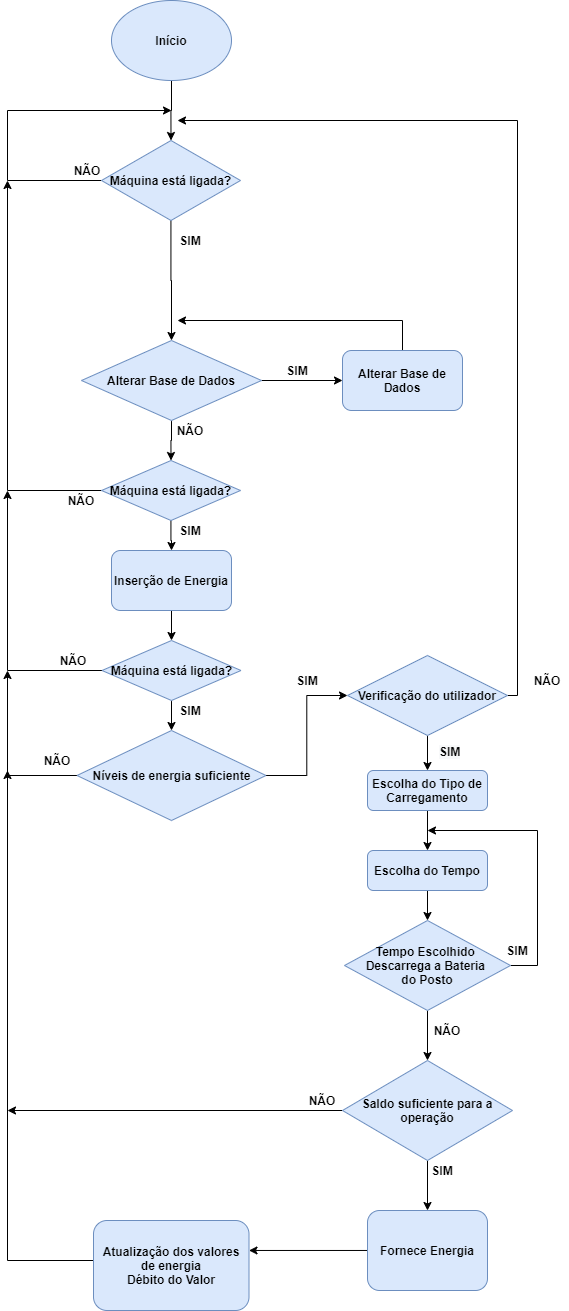
ProgRub/Proj2AC keeps this draw.io diagram as flux_geral.png. Above is the earlier version. Source tidied: cells renumbered, new cells last; positions are measured from the earlier drawing's top-left corner, leaving out a move shared by most shapes.
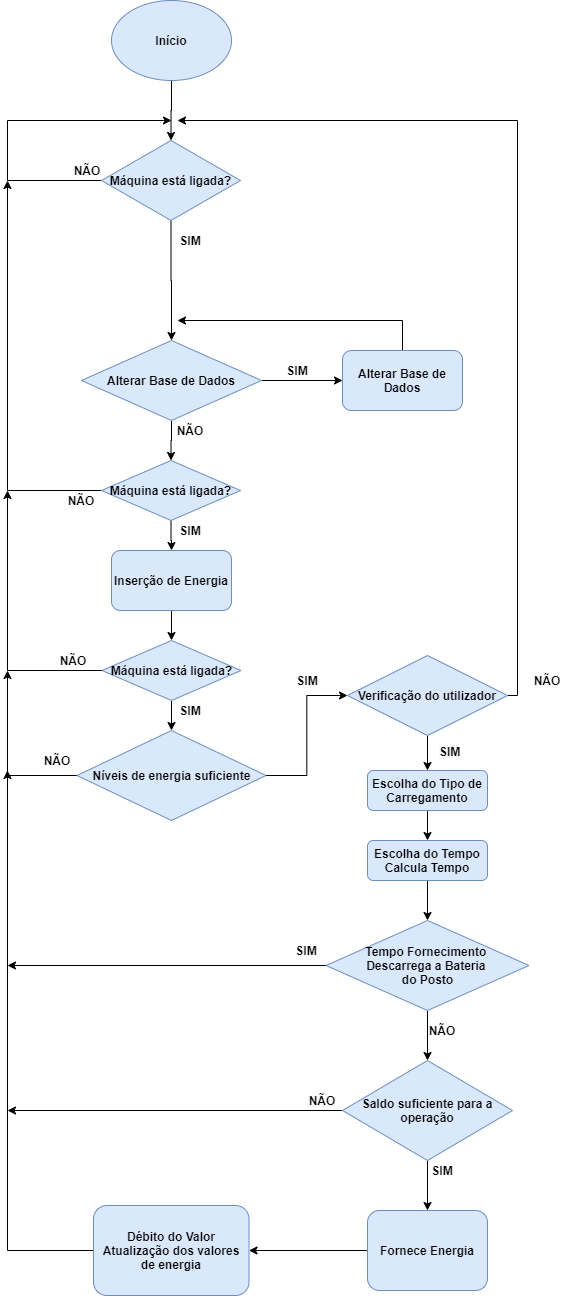
Above is the later version.

Diff of the diagram source:
```diff
@@ -39,7 +39,7 @@
     <mxCell id="12" value="&lt;b&gt;Saldo suficiente para a operação&lt;/b&gt;" style="rhombus;whiteSpace=wrap;html=1;fillColor=#dae8fc;strokeColor=#6c8ebf;" parent="1" vertex="1">
       <mxGeometry x="375" y="1060" width="170" height="100" as="geometry" />
     </mxCell>
-    <mxCell id="13" style="edgeStyle=orthogonalEdgeStyle;rounded=0;jettySize=auto;html=1;entryX=1;entryY=0.333;entryDx=0;entryDy=0;entryPerimeter=0;" parent="1" edge="1" source="14" target="19">
+    <mxCell id="13" style="edgeStyle=orthogonalEdgeStyle;rounded=0;jettySize=auto;html=1;entryX=1;entryY=0.5;entryDx=0;entryDy=0;" parent="1" edge="1" source="14" target="19">
       <mxGeometry relative="1" as="geometry" />
     </mxCell>
     <mxCell id="14" value="&lt;b&gt;Fornece Energia&lt;/b&gt;" style="rounded=1;whiteSpace=wrap;html=1;fillColor=#dae8fc;strokeColor=#6c8ebf;" parent="1" vertex="1">
@@ -49,22 +49,21 @@
       <mxGeometry x="455" y="1160" width="40" height="20" as="geometry" />
     </mxCell>
     <mxCell id="16" value="&lt;b&gt;NÃO&lt;/b&gt;" style="text;html=1;strokeColor=none;fillColor=none;align=center;verticalAlign=middle;whiteSpace=wrap;rounded=0;" parent="1" vertex="1">
-      <mxGeometry x="460" y="1020" width="40" height="20" as="geometry" />
+      <mxGeometry x="455" y="1020" width="40" height="20" as="geometry" />
     </mxCell>
     <mxCell id="17" value="&lt;b&gt;SIM&lt;/b&gt;" style="text;html=1;strokeColor=none;fillColor=none;align=center;verticalAlign=middle;whiteSpace=wrap;rounded=0;" parent="1" vertex="1">
       <mxGeometry x="320" y="670" width="40" height="20" as="geometry" />
     </mxCell>
-    <mxCell id="18" style="edgeStyle=orthogonalEdgeStyle;rounded=0;jettySize=auto;html=1;" parent="1" edge="1" source="19">
+    <mxCell id="18" style="edgeStyle=orthogonalEdgeStyle;rounded=0;jettySize=auto;html=1;exitX=0;exitY=0.5;exitDx=0;exitDy=0;" parent="1" edge="1" source="19">
       <mxGeometry relative="1" as="geometry">
         <mxPoint x="40" y="770" as="targetPoint" />
         <Array as="points">
-          <mxPoint x="204" y="1260" />
-          <mxPoint y="1260" />
+          <mxPoint x="40" y="1250" />
         </Array>
       </mxGeometry>
     </mxCell>
-    <mxCell id="19" value="&lt;b&gt;Atualização dos valores de energia&lt;br&gt;Débito do Valor&lt;/b&gt;" style="rounded=1;whiteSpace=wrap;html=1;fillColor=#dae8fc;strokeColor=#6c8ebf;" parent="1" vertex="1">
-      <mxGeometry x="126" y="1220" width="155.5" height="90" as="geometry" />
+    <mxCell id="19" value="&lt;b&gt;Débito do Valor&lt;/b&gt;&lt;b&gt;&lt;br&gt;Atualização dos valores de energia&lt;br&gt;&lt;/b&gt;" style="rounded=1;whiteSpace=wrap;html=1;fillColor=#dae8fc;strokeColor=#6c8ebf;" parent="1" vertex="1">
+      <mxGeometry x="126" y="1205" width="155.5" height="90" as="geometry" />
     </mxCell>
     <mxCell id="20" style="edgeStyle=orthogonalEdgeStyle;rounded=0;jettySize=auto;html=1;" parent="1" edge="1" source="22" target="9">
       <mxGeometry relative="1" as="geometry" />
@@ -122,26 +121,22 @@
     <mxCell id="34" style="edgeStyle=orthogonalEdgeStyle;rounded=0;jettySize=auto;html=1;entryX=0.5;entryY=0;entryDx=0;entryDy=0;" parent="1" edge="1" source="36" target="12">
       <mxGeometry relative="1" as="geometry" />
     </mxCell>
-    <mxCell id="35" style="edgeStyle=orthogonalEdgeStyle;rounded=0;jettySize=auto;html=1;" parent="1" edge="1" source="36">
-      <mxGeometry relative="1" as="geometry">
-        <mxPoint x="460" y="830" as="targetPoint" />
-        <Array as="points">
-          <mxPoint x="570" y="965" />
-          <mxPoint x="570" y="830" />
-        </Array>
-      </mxGeometry>
-    </mxCell>
+    <mxCell id="56" style="edgeStyle=orthogonalEdgeStyle;rounded=0;jettySize=auto;html=1;" parent="1" edge="1" source="36">
+      <mxGeometry relative="1" as="geometry">
+        <mxPoint x="40" y="965" as="targetPoint" />
+      </mxGeometry>
+    </mxCell>
-    <mxCell id="36" value="&lt;b&gt;Tempo Escolhido &lt;br&gt;Descarrega a Bateria &lt;br&gt;do Posto&lt;/b&gt;" style="rhombus;whiteSpace=wrap;html=1;fillColor=#dae8fc;strokeColor=#6c8ebf;" parent="1" vertex="1">
-      <mxGeometry x="377" y="920" width="166" height="90" as="geometry" />
+    <mxCell id="36" value="&lt;b&gt;Tempo Fornecimento&amp;nbsp;&lt;br&gt;Descarrega a Bateria &lt;br&gt;do Posto&lt;/b&gt;" style="rhombus;whiteSpace=wrap;html=1;fillColor=#dae8fc;strokeColor=#6c8ebf;" parent="1" vertex="1">
+      <mxGeometry x="358.5" y="920" width="203" height="90" as="geometry" />
     </mxCell>
     <mxCell id="37" style="edgeStyle=orthogonalEdgeStyle;rounded=0;jettySize=auto;html=1;entryX=0.5;entryY=0;entryDx=0;entryDy=0;" parent="1" edge="1" source="38" target="36">
       <mxGeometry relative="1" as="geometry" />
     </mxCell>
-    <mxCell id="38" value="&lt;b&gt;Escolha do Tempo&lt;/b&gt;" style="rounded=1;whiteSpace=wrap;html=1;fillColor=#dae8fc;strokeColor=#6c8ebf;" parent="1" vertex="1">
-      <mxGeometry x="400" y="850" width="120" height="40" as="geometry" />
+    <mxCell id="38" value="&lt;b&gt;Escolha do Tempo&lt;br&gt;Calcula Tempo&lt;br&gt;&lt;/b&gt;" style="rounded=1;whiteSpace=wrap;html=1;fillColor=#dae8fc;strokeColor=#6c8ebf;" parent="1" vertex="1">
+      <mxGeometry x="400" y="840" width="120" height="40" as="geometry" />
     </mxCell>
     <mxCell id="39" value="&lt;b&gt;SIM&lt;/b&gt;" style="text;html=1;strokeColor=none;fillColor=none;align=center;verticalAlign=middle;whiteSpace=wrap;rounded=0;" parent="1" vertex="1">
-      <mxGeometry x="530" y="940" width="40" height="20" as="geometry" />
+      <mxGeometry x="318.5" y="940" width="40" height="20" as="geometry" />
     </mxCell>
     <mxCell id="40" value="&lt;b&gt;NÃO&lt;/b&gt;" style="text;html=1;strokeColor=none;fillColor=none;align=center;verticalAlign=middle;whiteSpace=wrap;rounded=0;" parent="1" vertex="1">
       <mxGeometry x="335" y="1090" width="40" height="20" as="geometry" />
@@ -151,10 +146,11 @@
     </mxCell>
     <mxCell id="42" style="edgeStyle=orthogonalEdgeStyle;rounded=0;jettySize=auto;html=1;" parent="1" edge="1" source="43">
       <mxGeometry relative="1" as="geometry">
-        <mxPoint x="204" y="110" as="targetPoint" />
+        <mxPoint x="204" y="120" as="targetPoint" />
         <Array as="points">
           <mxPoint x="40" y="180" />
-          <mxPoint x="40" y="110" />
+          <mxPoint x="40" y="120" />
+          <mxPoint x="204" y="120" />
         </Array>
       </mxGeometry>
     </mxCell>
```
